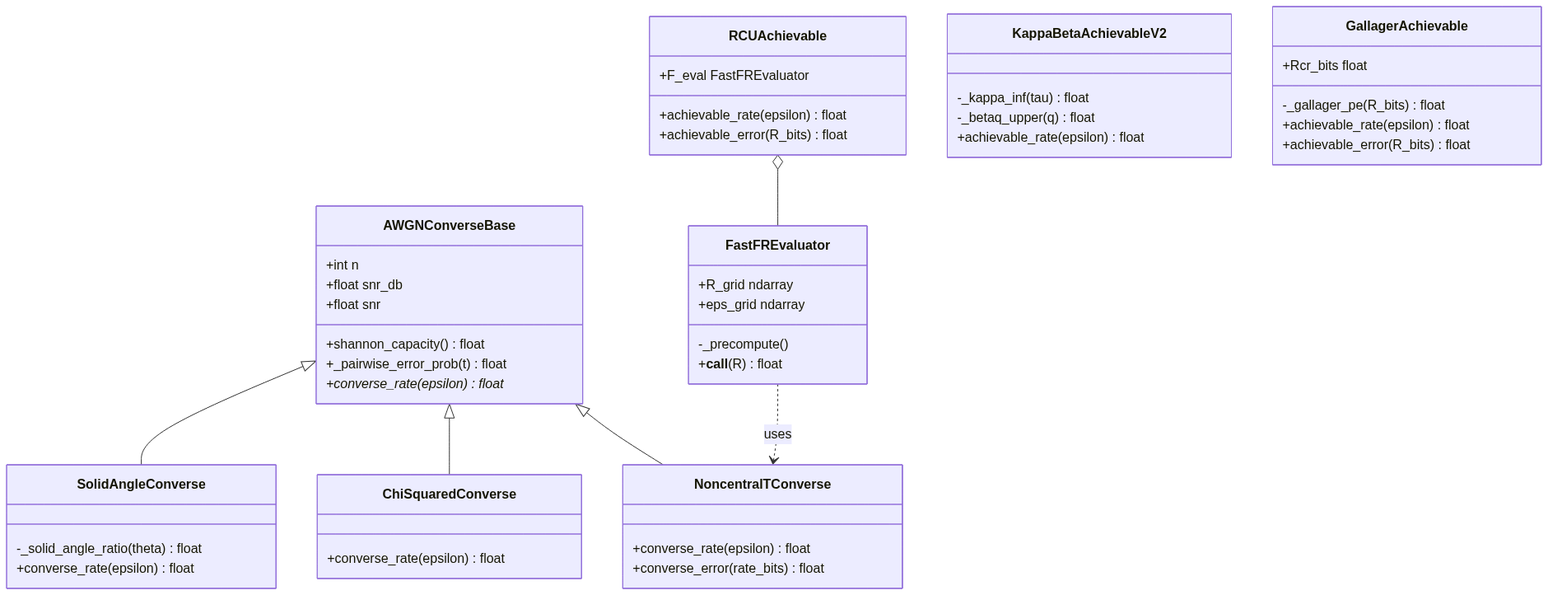
nire123/awgn-fbl keeps this Mermaid diagram as docs/diagrams/05_class_hierarchy.png. Above is the earlier version. Its source is kept beside it as docs/diagrams/05_class_hierarchy.mmd.
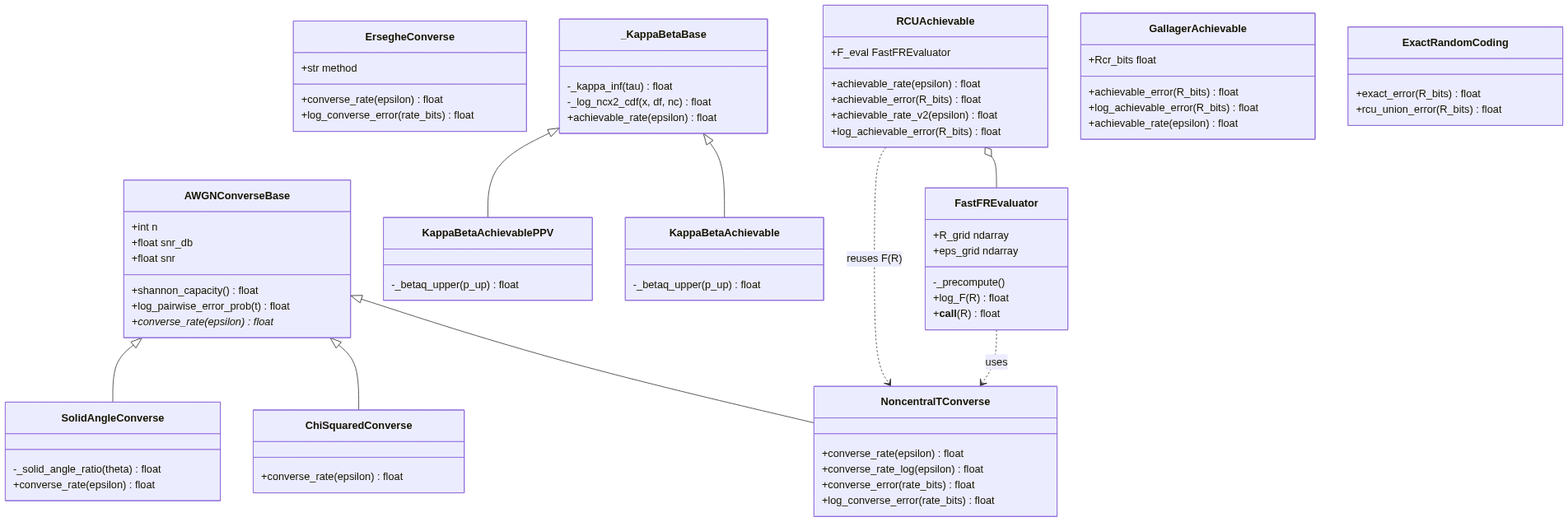
The same file after the commit.

Diff of the diagram source:
```diff
@@ -4,13 +4,15 @@
         +float snr_db
         +float snr
         +shannon_capacity() float
-        +_pairwise_error_prob(t) float
+        +log_pairwise_error_prob(t) float
         +converse_rate(epsilon)* float
     }
 
     class NoncentralTConverse {
         +converse_rate(epsilon) float
+        +converse_rate_log(epsilon) float
         +converse_error(rate_bits) float
+        +log_converse_error(rate_bits) float
     }
 
     class ChiSquaredConverse {
@@ -22,34 +24,57 @@
         +converse_rate(epsilon) float
     }
 
+    class ErsegheConverse {
+        +str method
+        +converse_rate(epsilon) float
+        +log_converse_error(rate_bits) float
+    }
+
     class RCUAchievable {
         +F_eval FastFREvaluator
         +achievable_rate(epsilon) float
         +achievable_error(R_bits) float
+        +achievable_rate_v2(epsilon) float
+        +log_achievable_error(R_bits) float
     }
 
-    class KappaBetaAchievableV2 {
+    class _KappaBetaBase {
         -_kappa_inf(tau) float
-        -_betaq_upper(q) float
+        -_log_ncx2_cdf(x, df, nc) float
         +achievable_rate(epsilon) float
+    }
+    class KappaBetaAchievable {
+        -_betaq_upper(p_up) float
+    }
+    class KappaBetaAchievablePPV {
+        -_betaq_upper(p_up) float
     }
 
     class GallagerAchievable {
         +Rcr_bits float
-        -_gallager_pe(R_bits) float
+        +achievable_error(R_bits) float
+        +log_achievable_error(R_bits) float
         +achievable_rate(epsilon) float
-        +achievable_error(R_bits) float
+    }
+
+    class ExactRandomCoding {
+        +exact_error(R_bits) float
+        +rcu_union_error(R_bits) float
     }
 
     class FastFREvaluator {
         +R_grid ndarray
         +eps_grid ndarray
         -_precompute()
+        +log_F(R) float
         +__call__(R) float
     }
 
     AWGNConverseBase <|-- NoncentralTConverse
     AWGNConverseBase <|-- ChiSquaredConverse
     AWGNConverseBase <|-- SolidAngleConverse
+    _KappaBetaBase <|-- KappaBetaAchievable
+    _KappaBetaBase <|-- KappaBetaAchievablePPV
     RCUAchievable o-- FastFREvaluator
     FastFREvaluator ..> NoncentralTConverse : uses
+    RCUAchievable ..> NoncentralTConverse : reuses F(R)
```
